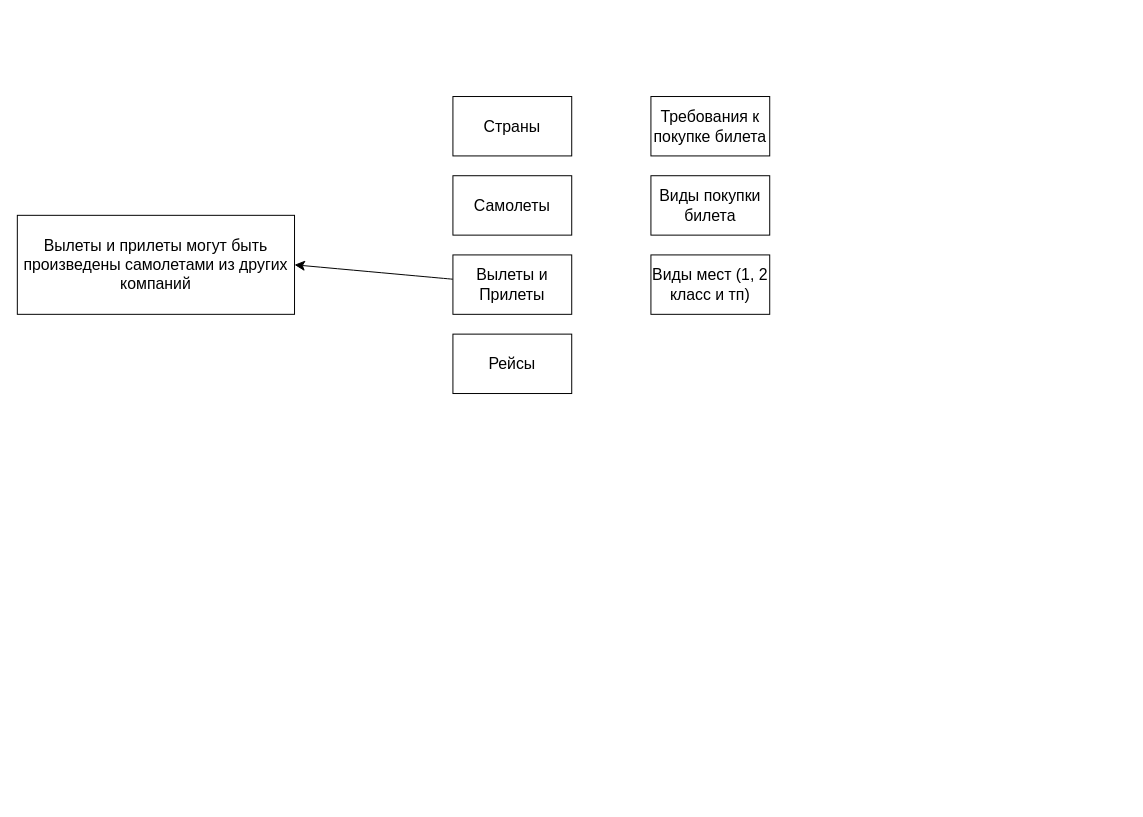
Earlier version of the draw.io diagram Aэрокомпания.drawio (KmvRoman/Diagrams). Source tidied: cells renumbered, new cells numbered last; positions are measured from the earlier drawing's top-left corner, leaving out a move shared by most shapes. Both pictures are drawn from the tidied source at 99%, with x=0, y=0 at pixel (17, 96).
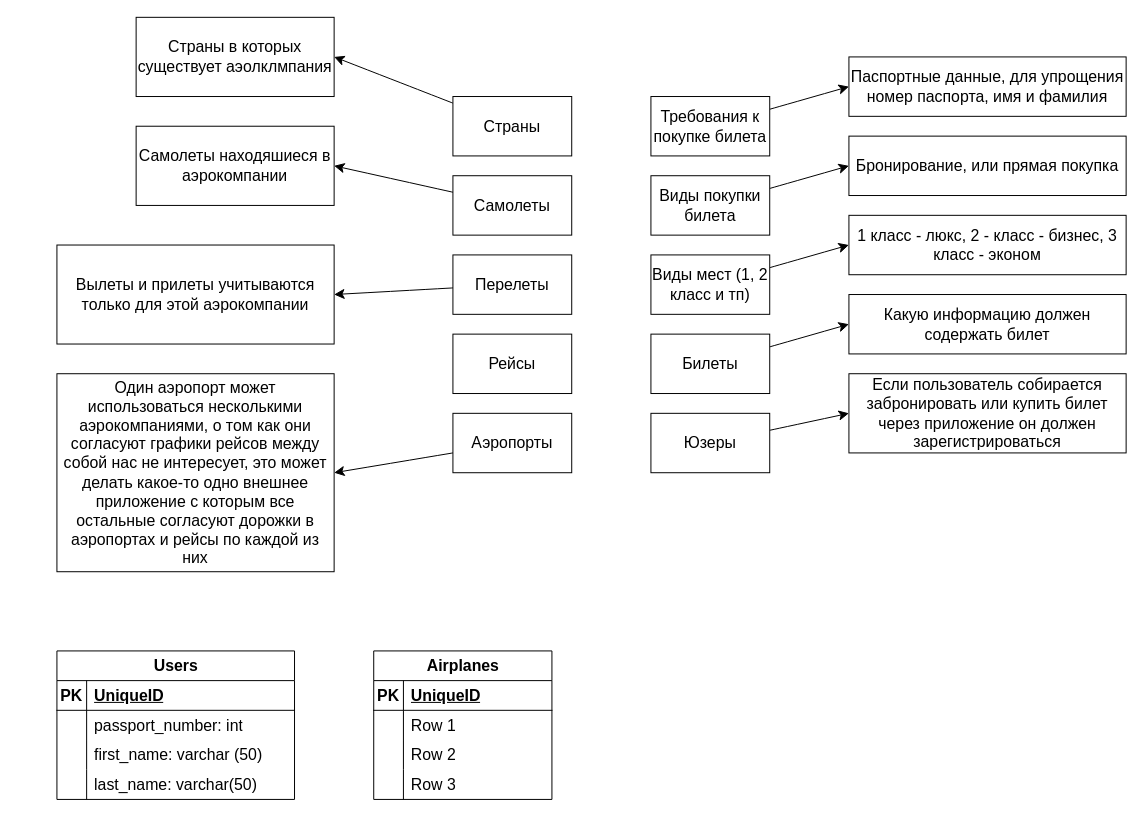
After the change.

Unchanged cells that the change refers to:
```xml
<mxCell id="2" value="Страны" style="rounded=0;whiteSpace=wrap;html=1;fontSize=16;" parent="1" vertex="1">
  <mxGeometry x="440" width="120" height="60" as="geometry" />
</mxCell>
<mxCell id="3" value="Требования к покупке билета" style="rounded=0;whiteSpace=wrap;html=1;fontSize=16;" parent="1" vertex="1">
  <mxGeometry x="640" width="120" height="60" as="geometry" />
</mxCell>
<mxCell id="4" value="Самолеты" style="rounded=0;whiteSpace=wrap;html=1;fontSize=16;" parent="1" vertex="1">
  <mxGeometry x="440" y="80" width="120" height="60" as="geometry" />
</mxCell>
<mxCell id="9" value="Виды покупки билета" style="rounded=0;whiteSpace=wrap;html=1;fontSize=16;" parent="1" vertex="1">
  <mxGeometry x="640" y="80" width="120" height="60" as="geometry" />
</mxCell>
<mxCell id="10" value="Виды мест (1, 2 класс и тп)" style="rounded=0;whiteSpace=wrap;html=1;fontSize=16;" parent="1" vertex="1">
  <mxGeometry x="640" y="160" width="120" height="60" as="geometry" />
</mxCell>
```

Change to the diagram source:
```diff
@@
+    <mxCell id="11" style="edgeStyle=none;curved=1;rounded=0;jettySize=auto;html=1;entryX=1;entryY=0.5;entryDx=0;entryDy=0;fontSize=12;startSize=8;endSize=8;" parent="1" edge="1" source="2" target="16">
+      <mxGeometry relative="1" as="geometry" />
+    </mxCell>
@@
+    <mxCell id="12" style="edgeStyle=none;curved=1;rounded=0;jettySize=auto;html=1;entryX=0;entryY=0.5;entryDx=0;entryDy=0;fontSize=12;startSize=8;endSize=8;" parent="1" edge="1" source="3" target="23">
+      <mxGeometry relative="1" as="geometry" />
+    </mxCell>
@@
+    <mxCell id="13" style="edgeStyle=none;curved=1;rounded=0;jettySize=auto;html=1;entryX=1;entryY=0.5;entryDx=0;entryDy=0;fontSize=12;startSize=8;endSize=8;" parent="1" edge="1" source="4" target="17">
+      <mxGeometry relative="1" as="geometry" />
+    </mxCell>
@@
-    <mxCell id="6" value="Вылеты и Прилеты" style="rounded=0;whiteSpace=wrap;html=1;fontSize=16;" parent="1" vertex="1">
+    <mxCell id="6" value="Перелеты" style="rounded=0;whiteSpace=wrap;html=1;fontSize=16;" parent="1" vertex="1">
       <mxGeometry x="440" y="160" width="120" height="60" as="geometry" />
     </mxCell>
-    <mxCell id="7" value="Вылеты и прилеты могут быть произведены самолетами из других компаний" style="rounded=0;whiteSpace=wrap;html=1;fontSize=16;" parent="1" vertex="1">
-      <mxGeometry y="120" width="280" height="100" as="geometry" />
+    <mxCell id="7" value="Вылеты и прилеты учитываются только для этой аэрокомпании" style="rounded=0;whiteSpace=wrap;html=1;fontSize=16;" parent="1" vertex="1">
+      <mxGeometry x="40" y="150" width="280" height="100" as="geometry" />
     </mxCell>
@@
+    <mxCell id="14" style="edgeStyle=none;curved=1;rounded=0;jettySize=auto;html=1;entryX=0;entryY=0.5;entryDx=0;entryDy=0;fontSize=12;startSize=8;endSize=8;" parent="1" edge="1" source="9" target="24">
+      <mxGeometry relative="1" as="geometry" />
+    </mxCell>
@@
+    <mxCell id="15" style="edgeStyle=none;curved=1;rounded=0;jettySize=auto;html=1;entryX=0;entryY=0.5;entryDx=0;entryDy=0;fontSize=12;startSize=8;endSize=8;" parent="1" edge="1" source="10" target="25">
+      <mxGeometry relative="1" as="geometry" />
+    </mxCell>
@@
+    <mxCell id="16" value="Страны в которых существует аэолклмпания" style="rounded=0;whiteSpace=wrap;html=1;fontSize=16;" parent="1" vertex="1">
+      <mxGeometry x="120" y="-80" width="200" height="80" as="geometry" />
+    </mxCell>
+    <mxCell id="17" value="Самолеты находяшиеся в аэрокомпании" style="rounded=0;whiteSpace=wrap;html=1;fontSize=16;" parent="1" vertex="1">
+      <mxGeometry x="120" y="30" width="200" height="80" as="geometry" />
+    </mxCell>
+    <mxCell id="18" style="edgeStyle=none;curved=1;rounded=0;jettySize=auto;html=1;entryX=1;entryY=0.5;entryDx=0;entryDy=0;fontSize=12;startSize=8;endSize=8;" parent="1" edge="1" source="19" target="20">
+      <mxGeometry relative="1" as="geometry" />
+    </mxCell>
+    <mxCell id="19" value="Аэропорты" style="rounded=0;whiteSpace=wrap;html=1;fontSize=16;" parent="1" vertex="1">
+      <mxGeometry x="440" y="320" width="120" height="60" as="geometry" />
+    </mxCell>
+    <mxCell id="20" value="Один аэропорт может использоваться несколькими аэрокомпаниями, о том как они согласуют графики рейсов между собой нас не интересует, это может делать какое-то одно внешнее приложение с которым все остальные согласуют дорожки в аэропортах и рейсы по каждой из них" style="rounded=0;whiteSpace=wrap;html=1;fontSize=16;" parent="1" vertex="1">
+      <mxGeometry x="40" y="280" width="280" height="200" as="geometry" />
+    </mxCell>
+    <mxCell id="21" style="edgeStyle=none;curved=1;rounded=0;jettySize=auto;html=1;entryX=0;entryY=0.5;entryDx=0;entryDy=0;fontSize=12;startSize=8;endSize=8;" parent="1" edge="1" source="22" target="26">
+      <mxGeometry relative="1" as="geometry" />
+    </mxCell>
+    <mxCell id="22" value="Билеты" style="rounded=0;whiteSpace=wrap;html=1;fontSize=16;" parent="1" vertex="1">
+      <mxGeometry x="640" y="240" width="120" height="60" as="geometry" />
+    </mxCell>
+    <mxCell id="23" value="Паспортные данные, для упрощения номер паспорта, имя и фамилия" style="rounded=0;whiteSpace=wrap;html=1;fontSize=16;" parent="1" vertex="1">
+      <mxGeometry x="840" y="-40" width="280" height="60" as="geometry" />
+    </mxCell>
+    <mxCell id="24" value="Бронирование, или прямая покупка" style="rounded=0;whiteSpace=wrap;html=1;fontSize=16;" parent="1" vertex="1">
+      <mxGeometry x="840" y="40" width="280" height="60" as="geometry" />
+    </mxCell>
+    <mxCell id="25" value="1 класс - люкс, 2 - класс - бизнес, 3 класс - эконом" style="rounded=0;whiteSpace=wrap;html=1;fontSize=16;" parent="1" vertex="1">
+      <mxGeometry x="840" y="120" width="280" height="60" as="geometry" />
+    </mxCell>
+    <mxCell id="26" value="Какую информацию должен содержать билет" style="rounded=0;whiteSpace=wrap;html=1;fontSize=16;" parent="1" vertex="1">
+      <mxGeometry x="840" y="200" width="280" height="60" as="geometry" />
+    </mxCell>
+    <mxCell id="27" value="Users" style="shape=table;startSize=30;childLayout=tableLayout;rowLines=0;fontStyle=1;align=center;html=1;fontSize=16;" parent="1" vertex="1">
+      <mxGeometry x="40" y="560" width="240" height="150" as="geometry" />
+    </mxCell>
+    <mxCell id="28" style="shape=tableRow;horizontal=0;startSize=0;swimlaneHead=0;swimlaneBody=0;fillColor=none;top=0;left=0;right=0;bottom=1;fontSize=16;" parent="27" vertex="1">
+      <mxGeometry y="30" width="240" height="30" as="geometry" />
+    </mxCell>
+    <mxCell id="29" value="PK" style="shape=partialRectangle;fillColor=none;top=0;left=0;bottom=0;right=0;fontStyle=1;overflow=hidden;whiteSpace=wrap;html=1;fontSize=16;" parent="28" vertex="1">
+      <mxGeometry width="30" height="30" as="geometry" />
+    </mxCell>
+    <mxCell id="30" value="UniqueID" style="shape=partialRectangle;fillColor=none;top=0;left=0;bottom=0;right=0;align=left;spacingLeft=6;fontStyle=5;overflow=hidden;whiteSpace=wrap;html=1;fontSize=16;" parent="28" vertex="1">
+      <mxGeometry x="30" width="210" height="30" as="geometry" />
+    </mxCell>
+    <mxCell id="31" style="shape=tableRow;horizontal=0;startSize=0;swimlaneHead=0;swimlaneBody=0;fillColor=none;top=0;left=0;right=0;bottom=0;fontSize=16;" parent="27" vertex="1">
+      <mxGeometry y="60" width="240" height="30" as="geometry" />
+    </mxCell>
+    <mxCell id="32" style="shape=partialRectangle;fillColor=none;top=0;left=0;bottom=0;right=0;overflow=hidden;whiteSpace=wrap;html=1;fontSize=16;" parent="31" vertex="1">
+      <mxGeometry width="30" height="30" as="geometry" />
+    </mxCell>
+    <mxCell id="33" value="passport_number: int" style="shape=partialRectangle;fillColor=none;top=0;left=0;bottom=0;right=0;align=left;spacingLeft=6;overflow=hidden;whiteSpace=wrap;html=1;fontSize=16;" parent="31" vertex="1">
+      <mxGeometry x="30" width="210" height="30" as="geometry" />
+    </mxCell>
+    <mxCell id="34" style="shape=tableRow;horizontal=0;startSize=0;swimlaneHead=0;swimlaneBody=0;fillColor=none;top=0;left=0;right=0;bottom=0;fontSize=16;" parent="27" vertex="1">
+      <mxGeometry y="90" width="240" height="30" as="geometry" />
+    </mxCell>
+    <mxCell id="35" style="shape=partialRectangle;fillColor=none;top=0;left=0;bottom=0;right=0;overflow=hidden;whiteSpace=wrap;html=1;fontSize=16;" parent="34" vertex="1">
+      <mxGeometry width="30" height="30" as="geometry" />
+    </mxCell>
+    <mxCell id="36" value="first_name: varchar (50)" style="shape=partialRectangle;fillColor=none;top=0;left=0;bottom=0;right=0;align=left;spacingLeft=6;overflow=hidden;whiteSpace=wrap;html=1;fontSize=16;" parent="34" vertex="1">
+      <mxGeometry x="30" width="210" height="30" as="geometry" />
+    </mxCell>
+    <mxCell id="37" style="shape=tableRow;horizontal=0;startSize=0;swimlaneHead=0;swimlaneBody=0;fillColor=none;top=0;left=0;right=0;bottom=0;fontSize=16;" parent="27" vertex="1">
+      <mxGeometry y="120" width="240" height="30" as="geometry" />
+    </mxCell>
+    <mxCell id="38" style="shape=partialRectangle;fillColor=none;top=0;left=0;bottom=0;right=0;overflow=hidden;whiteSpace=wrap;html=1;fontSize=16;" parent="37" vertex="1">
+      <mxGeometry width="30" height="30" as="geometry" />
+    </mxCell>
+    <mxCell id="39" value="last_name: varchar(50)" style="shape=partialRectangle;fillColor=none;top=0;left=0;bottom=0;right=0;align=left;spacingLeft=6;overflow=hidden;whiteSpace=wrap;html=1;fontSize=16;" parent="37" vertex="1">
+      <mxGeometry x="30" width="210" height="30" as="geometry" />
+    </mxCell>
+    <mxCell id="40" style="edgeStyle=none;curved=1;rounded=0;jettySize=auto;html=1;entryX=0;entryY=0.5;entryDx=0;entryDy=0;fontSize=12;startSize=8;endSize=8;" parent="1" edge="1" source="41" target="55">
+      <mxGeometry relative="1" as="geometry" />
+    </mxCell>
+    <mxCell id="41" value="Юзеры" style="rounded=0;whiteSpace=wrap;html=1;fontSize=16;" parent="1" vertex="1">
+      <mxGeometry x="640" y="320" width="120" height="60" as="geometry" />
+    </mxCell>
+    <mxCell id="42" value="Airplanes" style="shape=table;startSize=30;childLayout=tableLayout;rowLines=0;fontStyle=1;align=center;html=1;fontSize=16;" parent="1" vertex="1">
+      <mxGeometry x="360" y="560" width="180" height="150" as="geometry" />
+    </mxCell>
+    <mxCell id="43" style="shape=tableRow;horizontal=0;startSize=0;swimlaneHead=0;swimlaneBody=0;fillColor=none;top=0;left=0;right=0;bottom=1;fontSize=16;" parent="42" vertex="1">
+      <mxGeometry y="30" width="180" height="30" as="geometry" />
+    </mxCell>
+    <mxCell id="44" value="PK" style="shape=partialRectangle;fillColor=none;top=0;left=0;bottom=0;right=0;fontStyle=1;overflow=hidden;whiteSpace=wrap;html=1;fontSize=16;" parent="43" vertex="1">
+      <mxGeometry width="30" height="30" as="geometry" />
+    </mxCell>
+    <mxCell id="45" value="UniqueID" style="shape=partialRectangle;fillColor=none;top=0;left=0;bottom=0;right=0;align=left;spacingLeft=6;fontStyle=5;overflow=hidden;whiteSpace=wrap;html=1;fontSize=16;" parent="43" vertex="1">
+      <mxGeometry x="30" width="150" height="30" as="geometry" />
+    </mxCell>
+    <mxCell id="46" style="shape=tableRow;horizontal=0;startSize=0;swimlaneHead=0;swimlaneBody=0;fillColor=none;top=0;left=0;right=0;bottom=0;fontSize=16;" parent="42" vertex="1">
+      <mxGeometry y="60" width="180" height="30" as="geometry" />
+    </mxCell>
+    <mxCell id="47" style="shape=partialRectangle;fillColor=none;top=0;left=0;bottom=0;right=0;overflow=hidden;whiteSpace=wrap;html=1;fontSize=16;" parent="46" vertex="1">
+      <mxGeometry width="30" height="30" as="geometry" />
+    </mxCell>
+    <mxCell id="48" value="Row 1" style="shape=partialRectangle;fillColor=none;top=0;left=0;bottom=0;right=0;align=left;spacingLeft=6;overflow=hidden;whiteSpace=wrap;html=1;fontSize=16;" parent="46" vertex="1">
+      <mxGeometry x="30" width="150" height="30" as="geometry" />
+    </mxCell>
+    <mxCell id="49" style="shape=tableRow;horizontal=0;startSize=0;swimlaneHead=0;swimlaneBody=0;fillColor=none;top=0;left=0;right=0;bottom=0;fontSize=16;" parent="42" vertex="1">
+      <mxGeometry y="90" width="180" height="30" as="geometry" />
+    </mxCell>
+    <mxCell id="50" style="shape=partialRectangle;fillColor=none;top=0;left=0;bottom=0;right=0;overflow=hidden;whiteSpace=wrap;html=1;fontSize=16;" parent="49" vertex="1">
+      <mxGeometry width="30" height="30" as="geometry" />
+    </mxCell>
+    <mxCell id="51" value="Row 2" style="shape=partialRectangle;fillColor=none;top=0;left=0;bottom=0;right=0;align=left;spacingLeft=6;overflow=hidden;whiteSpace=wrap;html=1;fontSize=16;" parent="49" vertex="1">
+      <mxGeometry x="30" width="150" height="30" as="geometry" />
+    </mxCell>
+    <mxCell id="52" style="shape=tableRow;horizontal=0;startSize=0;swimlaneHead=0;swimlaneBody=0;fillColor=none;top=0;left=0;right=0;bottom=0;fontSize=16;" parent="42" vertex="1">
+      <mxGeometry y="120" width="180" height="30" as="geometry" />
+    </mxCell>
+    <mxCell id="53" style="shape=partialRectangle;fillColor=none;top=0;left=0;bottom=0;right=0;overflow=hidden;whiteSpace=wrap;html=1;fontSize=16;" parent="52" vertex="1">
+      <mxGeometry width="30" height="30" as="geometry" />
+    </mxCell>
+    <mxCell id="54" value="Row 3" style="shape=partialRectangle;fillColor=none;top=0;left=0;bottom=0;right=0;align=left;spacingLeft=6;overflow=hidden;whiteSpace=wrap;html=1;fontSize=16;" parent="52" vertex="1">
+      <mxGeometry x="30" width="150" height="30" as="geometry" />
+    </mxCell>
+    <mxCell id="55" value="Если пользователь собирается забронировать или купить билет через приложение он должен зарегистрироваться" style="rounded=0;whiteSpace=wrap;html=1;fontSize=16;" parent="1" vertex="1">
+      <mxGeometry x="840" y="280" width="280" height="80" as="geometry" />
+    </mxCell>
```
